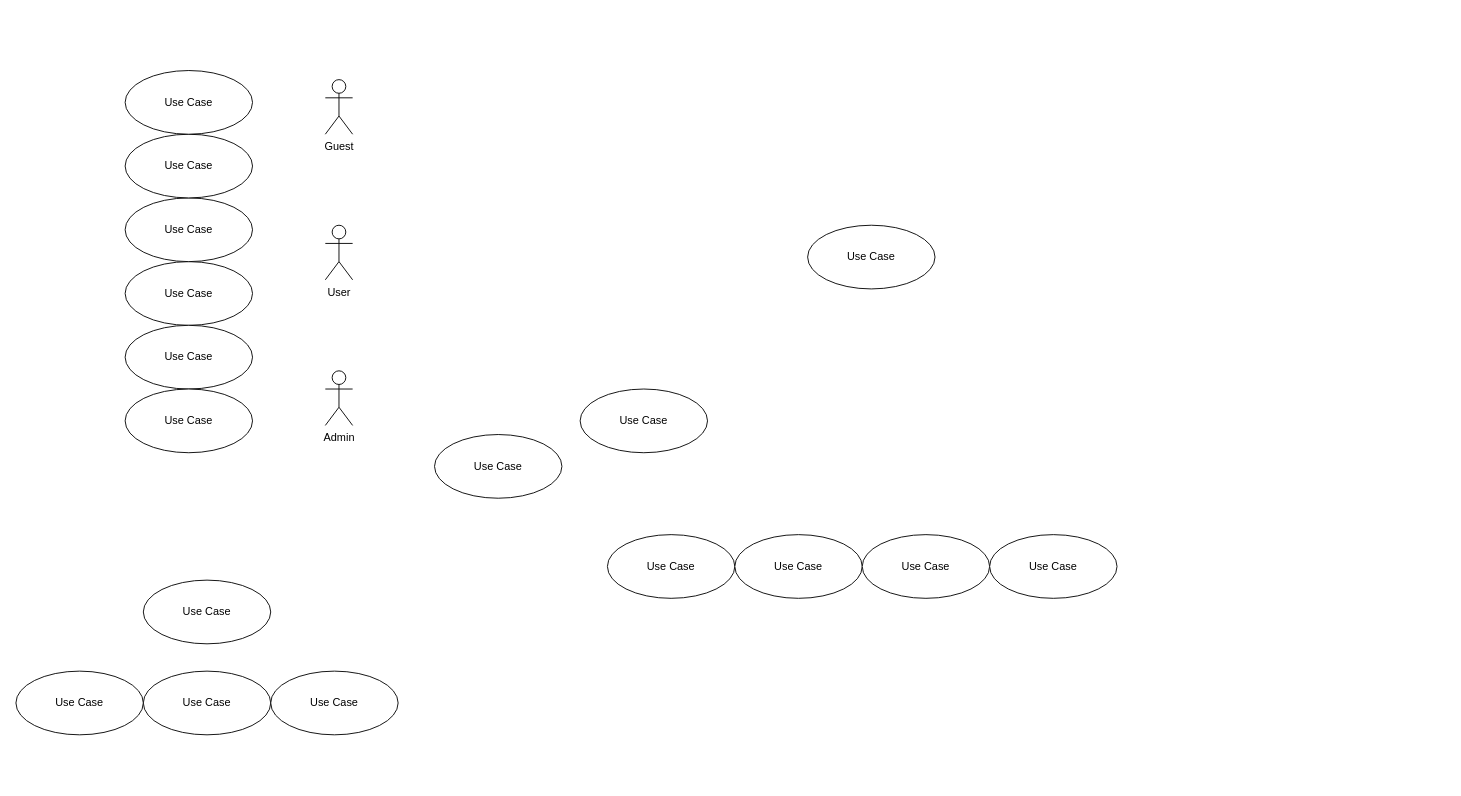
bangbanggokgok/finalProject keeps this draw.io diagram as Untitled Diagram.drawio. Above is the earlier version. Source tidied: cells renumbered, new cells numbered last; positions are measured from the earlier drawing's top-left corner, leaving out a move shared by most shapes. Both pictures are drawn from the tidied source at 91%, with x=0, y=0 at pixel (15, 70).
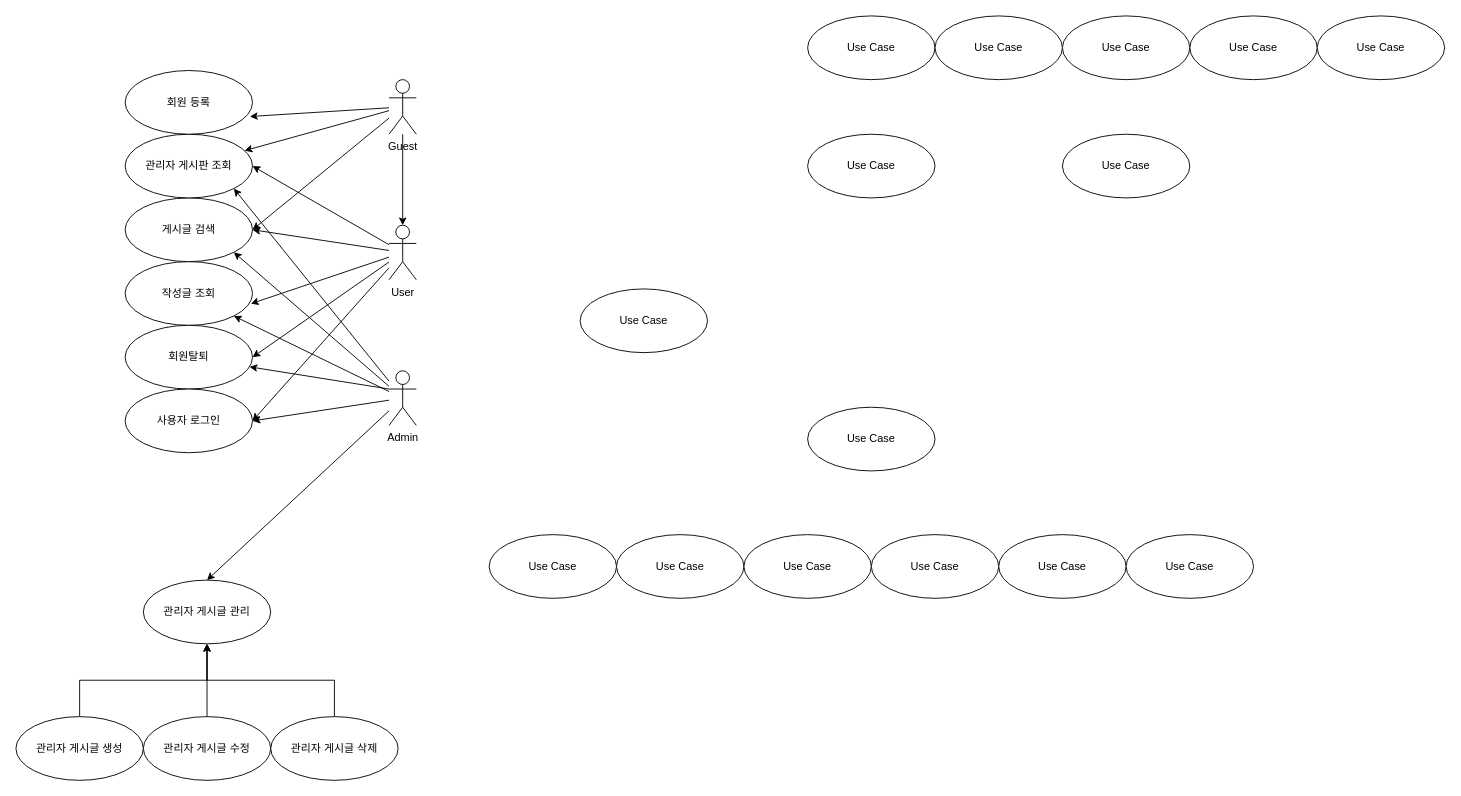
The same page after the edit.

Change to the diagram source:
```diff
@@
     <mxCell id="2" value="User" style="shape=umlActor;verticalLabelPosition=bottom;verticalAlign=top;html=1;outlineConnect=0;labelBackgroundColor=none;" parent="1" vertex="1">
-      <mxGeometry x="340" y="170" width="30" height="60" as="geometry" />
+      <mxGeometry x="410" y="170" width="30" height="60" as="geometry" />
     </mxCell>
+    <mxCell id="22" style="edgeStyle=orthogonalEdgeStyle;rounded=0;jettySize=auto;html=1;" parent="1" edge="1" source="3" target="2">
+      <mxGeometry relative="1" as="geometry" />
+    </mxCell>
     <mxCell id="3" value="Guest" style="shape=umlActor;verticalLabelPosition=bottom;verticalAlign=top;html=1;outlineConnect=0;labelBackgroundColor=none;" parent="1" vertex="1">
-      <mxGeometry x="340" y="10" width="30" height="60" as="geometry" />
+      <mxGeometry x="410" y="10" width="30" height="60" as="geometry" />
     </mxCell>
     <mxCell id="4" value="Admin" style="shape=umlActor;verticalLabelPosition=bottom;verticalAlign=top;html=1;outlineConnect=0;labelBackgroundColor=none;" parent="1" vertex="1">
-      <mxGeometry x="340" y="330" width="30" height="60" as="geometry" />
+      <mxGeometry x="410" y="330" width="30" height="60" as="geometry" />
     </mxCell>
-    <mxCell id="5" value="Use Case" style="ellipse;whiteSpace=wrap;html=1;" parent="1" vertex="1">
+    <mxCell id="5" value="작성글 조회" style="ellipse;whiteSpace=wrap;html=1;" parent="1" vertex="1">
       <mxGeometry x="120" y="210" width="140" height="70" as="geometry" />
     </mxCell>
-    <mxCell id="6" value="Use Case" style="ellipse;whiteSpace=wrap;html=1;" parent="1" vertex="1">
+    <mxCell id="6" value="회원탈퇴" style="ellipse;whiteSpace=wrap;html=1;" parent="1" vertex="1">
       <mxGeometry x="120" y="280" width="140" height="70" as="geometry" />
     </mxCell>
-    <mxCell id="7" value="Use Case" style="ellipse;whiteSpace=wrap;html=1;" parent="1" vertex="1">
+    <mxCell id="7" value="게시글 검색" style="ellipse;whiteSpace=wrap;html=1;" parent="1" vertex="1">
       <mxGeometry x="120" y="140" width="140" height="70" as="geometry" />
     </mxCell>
-    <mxCell id="8" value="Use Case" style="ellipse;whiteSpace=wrap;html=1;" parent="1" vertex="1">
+    <mxCell id="8" value="사용자 로그인" style="ellipse;whiteSpace=wrap;html=1;" parent="1" vertex="1">
       <mxGeometry x="120" y="350" width="140" height="70" as="geometry" />
     </mxCell>
-    <mxCell id="9" value="Use Case" style="ellipse;whiteSpace=wrap;html=1;" parent="1" vertex="1">
+    <mxCell id="9" value="관리자 게시판 조회" style="ellipse;whiteSpace=wrap;html=1;" parent="1" vertex="1">
       <mxGeometry x="120" y="70" width="140" height="70" as="geometry" />
     </mxCell>
-    <mxCell id="10" value="Use Case" style="ellipse;whiteSpace=wrap;html=1;" parent="1" vertex="1">
+    <mxCell id="10" value="회원 등록" style="ellipse;whiteSpace=wrap;html=1;" parent="1" vertex="1">
       <mxGeometry x="120" width="140" height="70" as="geometry" />
     </mxCell>
     <mxCell id="11" value="Use Case" style="ellipse;whiteSpace=wrap;html=1;" parent="1" vertex="1">
-      <mxGeometry x="620" y="350" width="140" height="70" as="geometry" />
+      <mxGeometry x="620" y="240" width="140" height="70" as="geometry" />
     </mxCell>
     <mxCell id="12" value="Use Case" style="ellipse;whiteSpace=wrap;html=1;" parent="1" vertex="1">
-      <mxGeometry x="870" y="170" width="140" height="70" as="geometry" />
+      <mxGeometry x="870" y="70" width="140" height="70" as="geometry" />
     </mxCell>
+    <mxCell id="23" style="edgeStyle=orthogonalEdgeStyle;rounded=0;jettySize=auto;html=1;entryX=0.5;entryY=1;entryDx=0;entryDy=0;" parent="1" edge="1" source="13" target="15">
+      <mxGeometry relative="1" as="geometry" />
+    </mxCell>
-    <mxCell id="13" value="Use Case" style="ellipse;whiteSpace=wrap;html=1;" parent="1" vertex="1">
-      <mxGeometry x="140" y="660" width="140" height="70" as="geometry" />
+    <mxCell id="13" value="관리자 게시글 수정" style="ellipse;whiteSpace=wrap;html=1;" parent="1" vertex="1">
+      <mxGeometry x="140" y="710" width="140" height="70" as="geometry" />
     </mxCell>
+    <mxCell id="24" style="edgeStyle=orthogonalEdgeStyle;rounded=0;jettySize=auto;html=1;entryX=0.5;entryY=1;entryDx=0;entryDy=0;" parent="1" edge="1" source="14" target="15">
+      <mxGeometry relative="1" as="geometry" />
+    </mxCell>
-    <mxCell id="14" value="Use Case" style="ellipse;whiteSpace=wrap;html=1;" parent="1" vertex="1">
-      <mxGeometry y="660" width="140" height="70" as="geometry" />
+    <mxCell id="14" value="관리자 게시글 생성" style="ellipse;whiteSpace=wrap;html=1;" parent="1" vertex="1">
+      <mxGeometry y="710" width="140" height="70" as="geometry" />
     </mxCell>
-    <mxCell id="15" value="Use Case" style="ellipse;whiteSpace=wrap;html=1;" parent="1" vertex="1">
+    <mxCell id="15" value="관리자 게시글 관리" style="ellipse;whiteSpace=wrap;html=1;" parent="1" vertex="1">
       <mxGeometry x="140" y="560" width="140" height="70" as="geometry" />
     </mxCell>
+    <mxCell id="25" style="edgeStyle=orthogonalEdgeStyle;rounded=0;jettySize=auto;html=1;entryX=0.5;entryY=1;entryDx=0;entryDy=0;" parent="1" edge="1" source="16" target="15">
+      <mxGeometry relative="1" as="geometry" />
+    </mxCell>
-    <mxCell id="16" value="Use Case" style="ellipse;whiteSpace=wrap;html=1;" parent="1" vertex="1">
-      <mxGeometry x="280" y="660" width="140" height="70" as="geometry" />
+    <mxCell id="16" value="관리자 게시글 삭제" style="ellipse;whiteSpace=wrap;html=1;" parent="1" vertex="1">
+      <mxGeometry x="280" y="710" width="140" height="70" as="geometry" />
     </mxCell>
     <mxCell id="17" value="Use Case" style="ellipse;whiteSpace=wrap;html=1;" parent="1" vertex="1">
-      <mxGeometry x="460" y="400" width="140" height="70" as="geometry" />
+      <mxGeometry x="520" y="510" width="140" height="70" as="geometry" />
     </mxCell>
     <mxCell id="18" value="Use Case" style="ellipse;whiteSpace=wrap;html=1;" parent="1" vertex="1">
-      <mxGeometry x="650" y="510" width="140" height="70" as="geometry" />
+      <mxGeometry x="660" y="510" width="140" height="70" as="geometry" />
     </mxCell>
     <mxCell id="19" value="Use Case" style="ellipse;whiteSpace=wrap;html=1;" parent="1" vertex="1">
-      <mxGeometry x="790" y="510" width="140" height="70" as="geometry" />
+      <mxGeometry x="800" y="510" width="140" height="70" as="geometry" />
     </mxCell>
     <mxCell id="20" value="Use Case" style="ellipse;whiteSpace=wrap;html=1;" parent="1" vertex="1">
-      <mxGeometry x="930" y="510" width="140" height="70" as="geometry" />
+      <mxGeometry x="940" y="510" width="140" height="70" as="geometry" />
     </mxCell>
     <mxCell id="21" value="Use Case" style="ellipse;whiteSpace=wrap;html=1;" parent="1" vertex="1">
-      <mxGeometry x="1070" y="510" width="140" height="70" as="geometry" />
+      <mxGeometry x="1080" y="510" width="140" height="70" as="geometry" />
     </mxCell>
+    <mxCell id="26" value="Use Case" style="ellipse;whiteSpace=wrap;html=1;" parent="1" vertex="1">
+      <mxGeometry x="1220" y="510" width="140" height="70" as="geometry" />
+    </mxCell>
+    <mxCell id="27" value="Use Case" style="ellipse;whiteSpace=wrap;html=1;" parent="1" vertex="1">
+      <mxGeometry x="870" y="370" width="140" height="70" as="geometry" />
+    </mxCell>
+    <mxCell id="28" value="Use Case" style="ellipse;whiteSpace=wrap;html=1;" parent="1" vertex="1">
+      <mxGeometry x="1150" y="70" width="140" height="70" as="geometry" />
+    </mxCell>
+    <mxCell id="29" value="Use Case" style="ellipse;whiteSpace=wrap;html=1;" parent="1" vertex="1">
+      <mxGeometry x="870" y="-60" width="140" height="70" as="geometry" />
+    </mxCell>
+    <mxCell id="30" value="Use Case" style="ellipse;whiteSpace=wrap;html=1;" parent="1" vertex="1">
+      <mxGeometry x="1010" y="-60" width="140" height="70" as="geometry" />
+    </mxCell>
+    <mxCell id="31" value="Use Case" style="ellipse;whiteSpace=wrap;html=1;" parent="1" vertex="1">
+      <mxGeometry x="1150" y="-60" width="140" height="70" as="geometry" />
+    </mxCell>
+    <mxCell id="32" value="Use Case" style="ellipse;whiteSpace=wrap;html=1;" parent="1" vertex="1">
+      <mxGeometry x="1290" y="-60" width="140" height="70" as="geometry" />
+    </mxCell>
+    <mxCell id="33" value="Use Case" style="ellipse;whiteSpace=wrap;html=1;" parent="1" vertex="1">
+      <mxGeometry x="1430" y="-60" width="140" height="70" as="geometry" />
+    </mxCell>
+    <mxCell id="34" style="endArrow=classic;html=1;rounded=0;entryX=1;entryY=0.5;entryDx=0;entryDy=0;" parent="1" edge="1" source="4" target="8">
+      <mxGeometry relative="1" as="geometry" />
+    </mxCell>
+    <mxCell id="35" style="endArrow=classic;html=1;rounded=0;entryX=0.5;entryY=0;entryDx=0;entryDy=0;" parent="1" edge="1" source="4" target="15">
+      <mxGeometry relative="1" as="geometry" />
+    </mxCell>
+    <mxCell id="36" style="endArrow=classic;html=1;rounded=0;exitX=0;exitY=0.3333333333333333;exitDx=0;exitDy=0;exitPerimeter=0;" parent="1" edge="1" source="4" target="6">
+      <mxGeometry relative="1" as="geometry" />
+    </mxCell>
+    <mxCell id="37" style="endArrow=classic;html=1;rounded=0;entryX=1;entryY=1;entryDx=0;entryDy=0;" parent="1" edge="1" source="4" target="5">
+      <mxGeometry relative="1" as="geometry" />
+    </mxCell>
+    <mxCell id="38" style="endArrow=classic;html=1;rounded=0;entryX=1;entryY=1;entryDx=0;entryDy=0;" parent="1" edge="1" source="4" target="7">
+      <mxGeometry relative="1" as="geometry" />
+    </mxCell>
+    <mxCell id="39" style="endArrow=classic;html=1;rounded=0;entryX=1;entryY=1;entryDx=0;entryDy=0;" parent="1" edge="1" source="4" target="9">
+      <mxGeometry relative="1" as="geometry" />
+    </mxCell>
+    <mxCell id="40" style="endArrow=classic;html=1;rounded=0;entryX=1;entryY=0.5;entryDx=0;entryDy=0;" parent="1" edge="1" source="2" target="8">
+      <mxGeometry relative="1" as="geometry" />
+    </mxCell>
+    <mxCell id="41" style="endArrow=classic;html=1;rounded=0;entryX=1;entryY=0.5;entryDx=0;entryDy=0;" parent="1" edge="1" source="2" target="6">
+      <mxGeometry relative="1" as="geometry" />
+    </mxCell>
+    <mxCell id="42" style="endArrow=classic;html=1;rounded=0;entryX=0.987;entryY=0.661;entryDx=0;entryDy=0;entryPerimeter=0;" parent="1" edge="1" source="2" target="5">
+      <mxGeometry relative="1" as="geometry" />
+    </mxCell>
+    <mxCell id="43" style="endArrow=classic;html=1;rounded=0;entryX=1;entryY=0.5;entryDx=0;entryDy=0;" parent="1" edge="1" source="2" target="7">
+      <mxGeometry relative="1" as="geometry" />
+    </mxCell>
+    <mxCell id="44" style="endArrow=classic;html=1;rounded=0;entryX=1;entryY=0.5;entryDx=0;entryDy=0;" parent="1" edge="1" source="2" target="9">
+      <mxGeometry relative="1" as="geometry" />
+    </mxCell>
+    <mxCell id="45" style="endArrow=classic;html=1;rounded=0;" parent="1" edge="1" source="3" target="9">
+      <mxGeometry relative="1" as="geometry" />
+    </mxCell>
+    <mxCell id="46" style="endArrow=classic;html=1;rounded=0;entryX=0.979;entryY=0.722;entryDx=0;entryDy=0;entryPerimeter=0;" parent="1" edge="1" source="3" target="10">
+      <mxGeometry relative="1" as="geometry" />
+    </mxCell>
+    <mxCell id="47" style="endArrow=classic;html=1;rounded=0;entryX=1;entryY=0.5;entryDx=0;entryDy=0;" parent="1" edge="1" source="3" target="7">
+      <mxGeometry relative="1" as="geometry" />
+    </mxCell>
```
